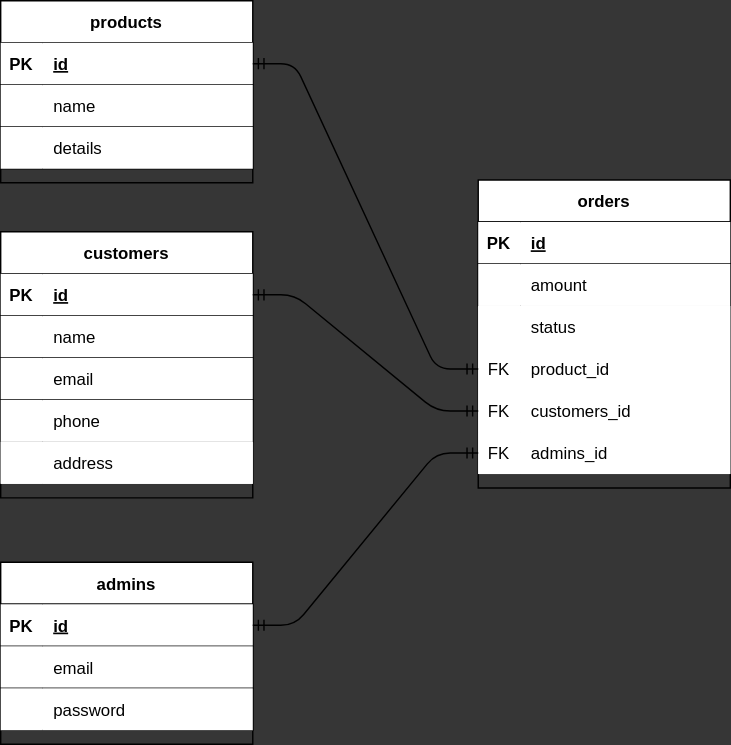
AxelTahmid/portpos keeps this draw.io diagram as server/database/schema/acs.drawio.svg. Above is the earlier version. Source tidied: cells renumbered, new cells last; positions are measured from the earlier drawing's top-left corner, leaving out a move shared by most shapes.
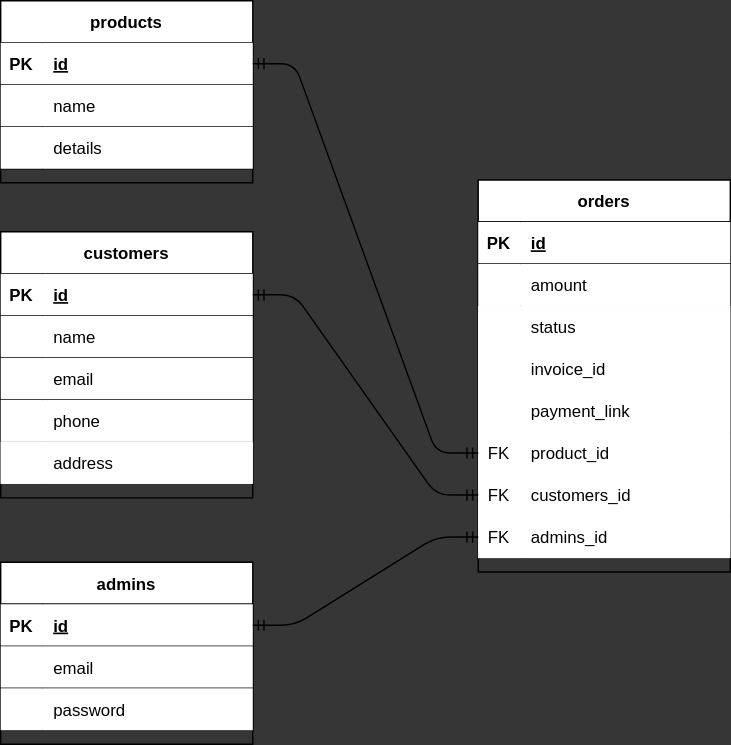
After the commit.

The edit, as a diff of the source:
```diff
@@ -51,7 +51,7 @@
       <mxGeometry x="30" width="150" height="30" as="geometry" />
     </mxCell>
     <mxCell id="18" value="orders" style="shape=table;startSize=30;rowLines=0;fontStyle=1;align=center;fontSize=12;rounded=0;" parent="1" vertex="1">
-      <mxGeometry x="341" y="128" width="180" height="220" as="geometry" />
+      <mxGeometry x="341" y="128" width="180" height="280" as="geometry" />
     </mxCell>
     <mxCell id="19" style="shape=tableRow;horizontal=0;startSize=0;swimlaneHead=0;swimlaneBody=0;top=0;left=0;right=0;bottom=1;fontSize=12;rounded=0;" parent="18" vertex="1">
       <mxGeometry y="30" width="180" height="30" as="geometry" />
@@ -80,8 +80,26 @@
     <mxCell id="27" value="status" style="shape=partialRectangle;top=0;left=0;bottom=0;right=0;align=left;spacingLeft=6;overflow=hidden;" parent="25" vertex="1">
       <mxGeometry x="30" width="150" height="30" as="geometry" />
     </mxCell>
+    <mxCell id="60" style="shape=partialRectangle;top=0;left=0;bottom=0;right=0;" parent="18" vertex="1">
+      <mxGeometry y="120" width="180" height="30" as="geometry" />
+    </mxCell>
+    <mxCell id="61" style="shape=partialRectangle;top=0;left=0;bottom=0;right=0;overflow=hidden;" parent="60" vertex="1">
+      <mxGeometry width="30" height="30" as="geometry" />
+    </mxCell>
+    <mxCell id="62" value="invoice_id" style="shape=partialRectangle;top=0;left=0;bottom=0;right=0;align=left;spacingLeft=6;overflow=hidden;" parent="60" vertex="1">
+      <mxGeometry x="30" width="150" height="30" as="geometry" />
+    </mxCell>
+    <mxCell id="63" style="shape=partialRectangle;top=0;left=0;bottom=0;right=0;" parent="18" vertex="1">
+      <mxGeometry y="150" width="180" height="30" as="geometry" />
+    </mxCell>
+    <mxCell id="64" style="shape=partialRectangle;top=0;left=0;bottom=0;right=0;overflow=hidden;" parent="63" vertex="1">
+      <mxGeometry width="30" height="30" as="geometry" />
+    </mxCell>
+    <mxCell id="65" value="payment_link" style="shape=partialRectangle;top=0;left=0;bottom=0;right=0;align=left;spacingLeft=6;overflow=hidden;" parent="63" vertex="1">
+      <mxGeometry x="30" width="150" height="30" as="geometry" />
+    </mxCell>
     <mxCell id="28" style="shape=partialRectangle;top=0;left=0;bottom=0;right=0;points=[[0,0.5],[1,0.5]];portConstraint=eastwest;" parent="18" vertex="1">
-      <mxGeometry y="120" width="180" height="30" as="geometry" />
+      <mxGeometry y="180" width="180" height="30" as="geometry" />
     </mxCell>
     <mxCell id="29" value="FK" style="shape=partialRectangle;top=0;left=0;bottom=0;right=0;fontStyle=0;overflow=hidden;" parent="28" vertex="1">
       <mxGeometry width="30" height="30" as="geometry" />
@@ -90,7 +108,7 @@
       <mxGeometry x="30" width="150" height="30" as="geometry" />
     </mxCell>
     <mxCell id="31" style="shape=partialRectangle;top=0;left=0;bottom=0;right=0;points=[[0,0.5],[1,0.5]];portConstraint=eastwest;" parent="18" vertex="1">
-      <mxGeometry y="150" width="180" height="30" as="geometry" />
+      <mxGeometry y="210" width="180" height="30" as="geometry" />
     </mxCell>
     <mxCell id="32" value="FK" style="shape=partialRectangle;top=0;left=0;bottom=0;right=0;fontStyle=0;overflow=hidden;" parent="31" vertex="1">
       <mxGeometry width="30" height="30" as="geometry" />
@@ -99,7 +117,7 @@
       <mxGeometry x="30" width="150" height="30" as="geometry" />
     </mxCell>
     <mxCell id="34" style="shape=partialRectangle;top=0;left=0;bottom=0;right=0;points=[[0,0.5],[1,0.5]];portConstraint=eastwest;" parent="18" vertex="1">
-      <mxGeometry y="180" width="180" height="30" as="geometry" />
+      <mxGeometry y="240" width="180" height="30" as="geometry" />
     </mxCell>
     <mxCell id="35" value="FK" style="shape=partialRectangle;top=0;left=0;bottom=0;right=0;fontStyle=0;overflow=hidden;" parent="34" vertex="1">
       <mxGeometry width="30" height="30" as="geometry" />
```
